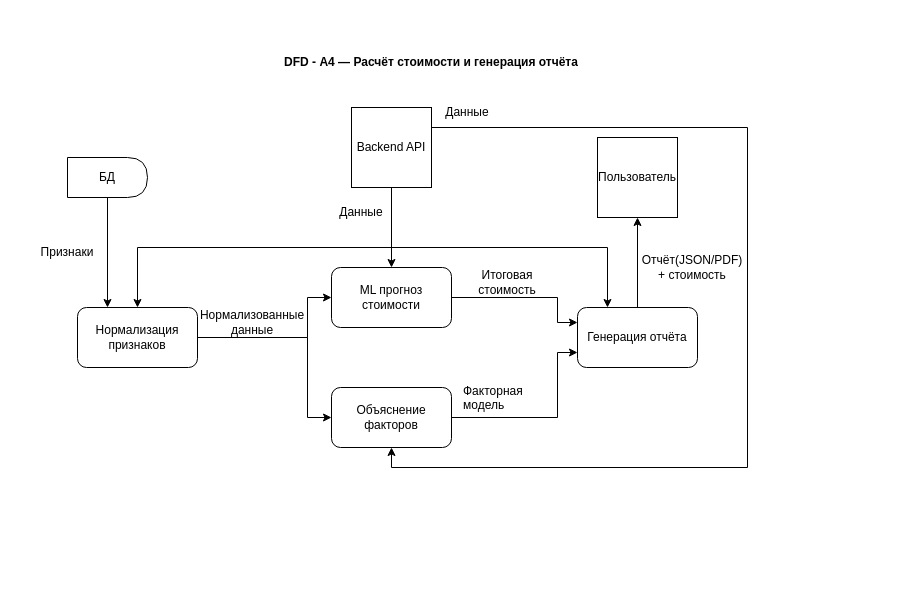
HeadMaxResh/system-engineering-playbook keeps this draw.io diagram as src/diagrams/DFD/DFD_F4.drawio. Above is the earlier version. Source tidied: cells renumbered, new cells numbered last; positions are measured from the earlier drawing's top-left corner, leaving out a move shared by most shapes. Both pictures are drawn from the tidied source at 100%, with x=0, y=0 at pixel (37, 47).
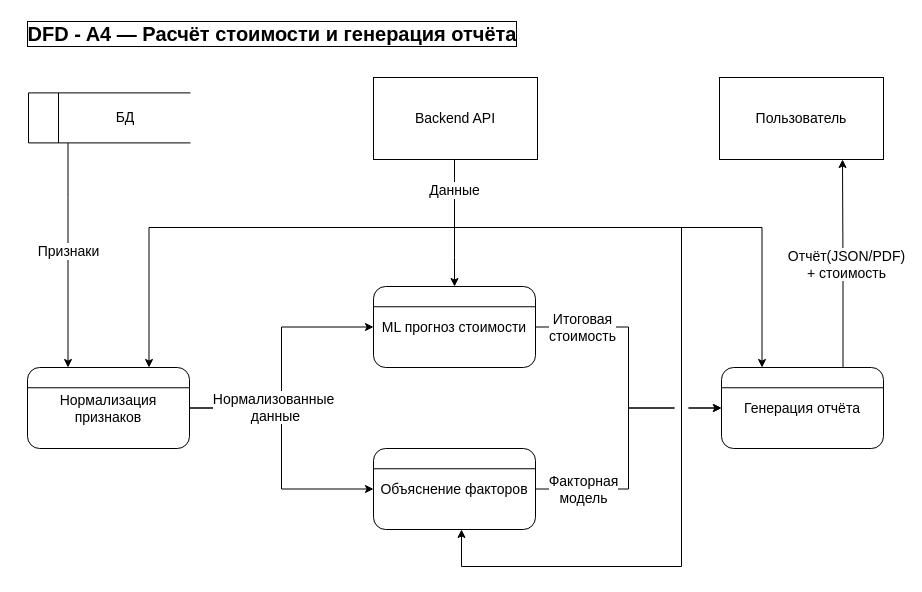
The same diagram, later.

The edit, as a diff of the source:
```diff
@@
-    <mxCell id="2" value="&lt;b&gt;DFD -&amp;nbsp;A4 — Расчёт стоимости и генерация отчёта&lt;/b&gt;" style="text;html=1;whiteSpace=wrap;strokeColor=none;fillColor=none;align=center;verticalAlign=middle;rounded=0;" parent="1" vertex="1">
-      <mxGeometry x="234" width="320" height="30" as="geometry" />
-    </mxCell>
-    <mxCell id="3" style="edgeStyle=orthogonalEdgeStyle;rounded=0;jettySize=auto;html=1;exitX=0.5;exitY=1;exitDx=0;exitDy=0;entryX=0.25;entryY=0;entryDx=0;entryDy=0;" parent="1" edge="1" source="4" target="7">
-      <mxGeometry relative="1" as="geometry" />
-    </mxCell>
-    <mxCell id="4" value="БД" style="shape=delay;whiteSpace=wrap;html=1;" parent="1" vertex="1">
-      <mxGeometry x="30" y="110" width="80" height="40" as="geometry" />
-    </mxCell>
-    <mxCell id="5" style="edgeStyle=orthogonalEdgeStyle;rounded=0;jettySize=auto;html=1;exitX=1;exitY=0.5;exitDx=0;exitDy=0;entryX=0;entryY=0.5;entryDx=0;entryDy=0;" parent="1" edge="1" source="7" target="16">
-      <mxGeometry relative="1" as="geometry">
-        <Array as="points">
-          <mxPoint x="270" y="290" />
-          <mxPoint x="270" y="250" />
-        </Array>
-      </mxGeometry>
+    <mxCell id="5" style="edgeStyle=orthogonalEdgeStyle;rounded=0;jettySize=auto;html=1;" parent="1" edge="1" source="7" target="16">
+      <mxGeometry relative="1" as="geometry" />
     </mxCell>
-    <mxCell id="6" style="edgeStyle=orthogonalEdgeStyle;rounded=0;jettySize=auto;html=1;entryX=0;entryY=0.5;entryDx=0;entryDy=0;" parent="1" edge="1" source="7" target="18">
-      <mxGeometry relative="1" as="geometry">
-        <Array as="points">
-          <mxPoint x="270" y="290" />
-          <mxPoint x="270" y="370" />
-        </Array>
-      </mxGeometry>
+    <mxCell id="6" style="edgeStyle=orthogonalEdgeStyle;rounded=0;jettySize=auto;html=1;" parent="1" edge="1" source="7" target="18">
+      <mxGeometry relative="1" as="geometry" />
     </mxCell>
+    <mxCell id="22" value="&lt;span style=&quot;font-size: 14px;&quot;&gt;Нормализованные&amp;nbsp;&lt;/span&gt;&lt;div&gt;&lt;span style=&quot;font-size: 14px;&quot;&gt;данные&lt;/span&gt;&lt;/div&gt;" style="edgeLabel;html=1;align=center;verticalAlign=middle;" parent="6" vertex="1">
+      <mxGeometry x="-0.1" relative="1" as="geometry">
+        <mxPoint x="-7" y="-28" as="offset" />
+      </mxGeometry>
+    </mxCell>
+    <mxCell id="27" style="edgeStyle=orthogonalEdgeStyle;rounded=0;jettySize=auto;html=1;exitX=0.25;exitY=0;exitDx=0;exitDy=0;startArrow=classic;startFill=1;endArrow=none;endFill=0;" parent="1" edge="1" source="7" target="4">
+      <mxGeometry relative="1" as="geometry">
+        <Array as="points">
+          <mxPoint x="31" y="150" />
+          <mxPoint x="31" y="150" />
+        </Array>
+      </mxGeometry>
+    </mxCell>
+    <mxCell id="13" value="&lt;font style=&quot;font-size: 14px;&quot;&gt;Признаки&lt;/font&gt;" style="edgeLabel;html=1;align=center;verticalAlign=middle;" parent="27" vertex="1">
+      <mxGeometry x="0.04" relative="1" as="geometry" />
+    </mxCell>
-    <mxCell id="7" value="Нормализация признаков" style="rounded=1;whiteSpace=wrap;html=1;" parent="1" vertex="1">
-      <mxGeometry x="40" y="260" width="120" height="60" as="geometry" />
+    <mxCell id="7" value="Нормализация признаков" style="rounded=1;whiteSpace=wrap;html=1;fillColor=none;fontSize=14;" parent="1" vertex="1">
+      <mxGeometry x="-10" y="320" width="162" height="81" as="geometry" />
     </mxCell>
+    <mxCell id="19" style="edgeStyle=orthogonalEdgeStyle;rounded=0;jettySize=auto;html=1;exitX=0.75;exitY=0;exitDx=0;exitDy=0;entryX=0.75;entryY=1;entryDx=0;entryDy=0;" parent="1" edge="1" source="20" target="25">
+      <mxGeometry relative="1" as="geometry" />
+    </mxCell>
+    <mxCell id="26" value="&lt;font style=&quot;font-size: 14px;&quot;&gt;Отчёт(JSON/PDF)&lt;/font&gt;&lt;div&gt;&lt;font style=&quot;font-size: 14px;&quot;&gt;+ стоимость&lt;/font&gt;&lt;/div&gt;" style="edgeLabel;html=1;align=center;verticalAlign=middle;" parent="19" vertex="1">
+      <mxGeometry y="-4" relative="1" as="geometry">
+        <mxPoint x="3" y="4" as="offset" />
+      </mxGeometry>
+    </mxCell>
+    <mxCell id="20" value="Генерация отчёта" style="rounded=1;whiteSpace=wrap;html=1;fillColor=none;fontSize=14;" parent="1" vertex="1">
+      <mxGeometry x="684" y="320" width="162" height="81" as="geometry" />
+    </mxCell>
+    <mxCell id="2" value="DFD - A4 — Расчёт стоимости и генерация отчёта" style="text;html=1;strokeColor=none;fillColor=none;align=center;verticalAlign=middle;whiteSpace=wrap;rounded=0;fontSize=20;fontStyle=1;labelBackgroundColor=none;labelBorderColor=default;spacingTop=1;" parent="1" vertex="1">
+      <mxGeometry x="-20" y="-30" width="510" height="30" as="geometry" />
+    </mxCell>
+    <mxCell id="28" style="endArrow=none;html=1;rounded=0;fontSize=14;" parent="1" edge="1">
+      <mxGeometry relative="1" as="geometry">
+        <mxPoint x="-9" y="95.4" as="sourcePoint" />
+        <mxPoint x="-9" y="45.4" as="targetPoint" />
+      </mxGeometry>
+    </mxCell>
+    <mxCell id="29" style="endArrow=none;html=1;rounded=0;entryX=1;entryY=1;entryDx=0;entryDy=0;fontSize=14;" parent="1" edge="1" target="4">
+      <mxGeometry relative="1" as="geometry">
+        <mxPoint x="-9" y="95.4" as="sourcePoint" />
+      </mxGeometry>
+    </mxCell>
+    <mxCell id="30" style="endArrow=none;html=1;rounded=0;fontSize=14;" parent="1" edge="1">
+      <mxGeometry relative="1" as="geometry">
+        <mxPoint x="-9" y="45.4" as="sourcePoint" />
+        <mxPoint x="153" y="45.4" as="targetPoint" />
+      </mxGeometry>
+    </mxCell>
+    <mxCell id="4" value="БД" style="text;html=1;strokeColor=none;fillColor=none;align=center;verticalAlign=middle;whiteSpace=wrap;rounded=0;fontSize=14;" parent="1" vertex="1">
+      <mxGeometry x="23" y="45.4" width="130" height="50" as="geometry" />
+    </mxCell>
+    <mxCell id="31" style="endArrow=none;html=1;rounded=0;exitX=0;exitY=0.25;exitDx=0;exitDy=0;entryX=1;entryY=0.25;entryDx=0;entryDy=0;fontSize=14;" parent="1" edge="1" source="7" target="7">
+      <mxGeometry relative="1" as="geometry" />
+    </mxCell>
+    <mxCell id="32" style="endArrow=none;html=1;rounded=0;exitX=0;exitY=0.25;exitDx=0;exitDy=0;entryX=1;entryY=0.25;entryDx=0;entryDy=0;fontSize=14;" parent="1" edge="1" source="20" target="20">
+      <mxGeometry relative="1" as="geometry" />
+    </mxCell>
+    <mxCell id="25" value="Пользователь" style="rounded=0;whiteSpace=wrap;html=1;labelBackgroundColor=none;fillColor=none;fontSize=14;" parent="1" vertex="1">
+      <mxGeometry x="682" y="30" width="164" height="82" as="geometry" />
+    </mxCell>
+    <mxCell id="33" style="endArrow=none;html=1;rounded=0;fontSize=14;" parent="1" edge="1">
+      <mxGeometry relative="1" as="geometry">
+        <mxPoint x="21" y="95.4" as="sourcePoint" />
+        <mxPoint x="21" y="45.4" as="targetPoint" />
+      </mxGeometry>
+    </mxCell>
+    <mxCell id="10" style="edgeStyle=orthogonalEdgeStyle;rounded=0;jettySize=auto;html=1;jumpStyle=gap;jumpSize=14;" parent="1" edge="1" source="12" target="18">
+      <mxGeometry relative="1" as="geometry">
+        <Array as="points">
+          <mxPoint x="417" y="180" />
+          <mxPoint x="644" y="180" />
+          <mxPoint x="644" y="519" />
+          <mxPoint x="424" y="519" />
+        </Array>
+      </mxGeometry>
+    </mxCell>
+    <mxCell id="9" style="edgeStyle=orthogonalEdgeStyle;rounded=0;jettySize=auto;html=1;" parent="1" edge="1" source="12" target="16">
+      <mxGeometry relative="1" as="geometry">
+        <Array as="points">
+          <mxPoint x="417" y="210" />
+          <mxPoint x="417" y="210" />
+        </Array>
+      </mxGeometry>
+    </mxCell>
-    <mxCell id="8" style="edgeStyle=orthogonalEdgeStyle;rounded=0;jettySize=auto;html=1;exitX=0.5;exitY=1;exitDx=0;exitDy=0;entryX=0.5;entryY=0;entryDx=0;entryDy=0;" parent="1" edge="1" source="12" target="7">
-      <mxGeometry relative="1" as="geometry" />
+    <mxCell id="8" style="edgeStyle=orthogonalEdgeStyle;rounded=0;jettySize=auto;html=1;entryX=0.75;entryY=0;entryDx=0;entryDy=0;" parent="1" edge="1" source="12" target="7">
+      <mxGeometry relative="1" as="geometry">
+        <Array as="points">
+          <mxPoint x="417" y="180" />
+          <mxPoint x="112" y="180" />
+        </Array>
+      </mxGeometry>
     </mxCell>
-    <mxCell id="9" style="edgeStyle=orthogonalEdgeStyle;rounded=0;jettySize=auto;html=1;entryX=0.5;entryY=0;entryDx=0;entryDy=0;" parent="1" edge="1" source="12" target="16">
-      <mxGeometry relative="1" as="geometry" />
-    </mxCell>
-    <mxCell id="10" style="edgeStyle=orthogonalEdgeStyle;rounded=0;jettySize=auto;html=1;entryX=0.5;entryY=1;entryDx=0;entryDy=0;exitX=1;exitY=0.25;exitDx=0;exitDy=0;" parent="1" edge="1" source="12" target="18">
-      <mxGeometry relative="1" as="geometry">
-        <Array as="points">
-          <mxPoint x="710" y="80" />
-          <mxPoint x="710" y="420" />
-          <mxPoint x="354" y="420" />
-        </Array>
-      </mxGeometry>
-    </mxCell>
     <mxCell id="11" style="edgeStyle=orthogonalEdgeStyle;rounded=0;jettySize=auto;html=1;entryX=0.25;entryY=0;entryDx=0;entryDy=0;" parent="1" edge="1" source="12" target="20">
       <mxGeometry relative="1" as="geometry">
         <Array as="points">
-          <mxPoint x="354" y="200" />
-          <mxPoint x="570" y="200" />
+          <mxPoint x="417" y="180" />
+          <mxPoint x="724" y="180" />
         </Array>
       </mxGeometry>
     </mxCell>
+    <mxCell id="34" value="&lt;font style=&quot;font-size: 14px;&quot;&gt;Данные&lt;/font&gt;" style="edgeLabel;html=1;align=center;verticalAlign=middle;" parent="11" vertex="1">
+      <mxGeometry x="-0.88" y="2" relative="1" as="geometry">
+        <mxPoint x="-3" y="-1" as="offset" />
+      </mxGeometry>
+    </mxCell>
-    <mxCell id="12" value="Backend API" style="whiteSpace=wrap;html=1;" parent="1" vertex="1">
-      <mxGeometry x="314" y="60" width="80" height="80" as="geometry" />
+    <mxCell id="12" value="Backend API" style="rounded=0;whiteSpace=wrap;html=1;labelBackgroundColor=none;fillColor=none;fontSize=14;" parent="1" vertex="1">
+      <mxGeometry x="336" y="30" width="164" height="82" as="geometry" />
     </mxCell>
-    <mxCell id="13" value="Признаки" style="text;html=1;whiteSpace=wrap;strokeColor=none;fillColor=none;align=center;verticalAlign=middle;rounded=0;" parent="1" vertex="1">
-      <mxGeometry y="190" width="60" height="30" as="geometry" />
-    </mxCell>
-    <mxCell id="14" value="Данные" style="text;html=1;whiteSpace=wrap;strokeColor=none;fillColor=none;align=center;verticalAlign=middle;rounded=0;" parent="1" vertex="1">
-      <mxGeometry x="294" y="150" width="60" height="30" as="geometry" />
-    </mxCell>
-    <mxCell id="15" style="edgeStyle=orthogonalEdgeStyle;rounded=0;jettySize=auto;html=1;exitX=1;exitY=0.5;exitDx=0;exitDy=0;entryX=0;entryY=0.25;entryDx=0;entryDy=0;" parent="1" edge="1" source="16" target="20">
-      <mxGeometry relative="1" as="geometry">
-        <Array as="points">
-          <mxPoint x="520" y="250" />
-          <mxPoint x="520" y="275" />
-        </Array>
-      </mxGeometry>
+    <mxCell id="15" style="edgeStyle=orthogonalEdgeStyle;rounded=0;jettySize=auto;html=1;jumpStyle=gap;jumpSize=14;" parent="1" edge="1" source="16" target="20">
+      <mxGeometry relative="1" as="geometry" />
     </mxCell>
+    <mxCell id="23" value="&lt;span style=&quot;font-size: 14px;&quot;&gt;Итоговая&lt;/span&gt;&lt;div&gt;&lt;span style=&quot;font-size: 14px;&quot;&gt;стоимость&lt;/span&gt;&lt;/div&gt;" style="edgeLabel;html=1;align=center;verticalAlign=middle;" parent="15" vertex="1">
+      <mxGeometry x="-0.49" relative="1" as="geometry">
+        <mxPoint x="-22" as="offset" />
+      </mxGeometry>
+    </mxCell>
-    <mxCell id="16" value="ML прогноз стоимости" style="rounded=1;whiteSpace=wrap;html=1;" parent="1" vertex="1">
-      <mxGeometry x="294" y="220" width="120" height="60" as="geometry" />
+    <mxCell id="16" value="ML прогноз стоимости" style="rounded=1;whiteSpace=wrap;html=1;fillColor=none;fontSize=14;" parent="1" vertex="1">
+      <mxGeometry x="336" y="239" width="162" height="81" as="geometry" />
     </mxCell>
+    <mxCell id="35" style="endArrow=none;html=1;rounded=0;exitX=0;exitY=0.25;exitDx=0;exitDy=0;entryX=1;entryY=0.25;entryDx=0;entryDy=0;fontSize=14;" parent="1" edge="1" source="16" target="16">
+      <mxGeometry relative="1" as="geometry" />
+    </mxCell>
-    <mxCell id="17" style="edgeStyle=orthogonalEdgeStyle;rounded=0;jettySize=auto;html=1;exitX=1;exitY=0.5;exitDx=0;exitDy=0;entryX=0;entryY=0.75;entryDx=0;entryDy=0;" parent="1" edge="1" source="18" target="20">
-      <mxGeometry relative="1" as="geometry">
-        <Array as="points">
-          <mxPoint x="520" y="370" />
-          <mxPoint x="520" y="305" />
-        </Array>
-      </mxGeometry>
+    <mxCell id="17" style="edgeStyle=orthogonalEdgeStyle;rounded=0;jettySize=auto;html=1;jumpStyle=gap;jumpSize=14;" parent="1" edge="1" source="18" target="20">
+      <mxGeometry relative="1" as="geometry" />
     </mxCell>
+    <mxCell id="24" value="&lt;span style=&quot;font-size: 14px;&quot;&gt;Факторная&lt;/span&gt;&lt;div&gt;&lt;span style=&quot;font-size: 14px;&quot;&gt;модель&lt;/span&gt;&lt;/div&gt;" style="edgeLabel;html=1;align=center;verticalAlign=middle;" parent="17" vertex="1">
+      <mxGeometry x="-0.63" y="-3" relative="1" as="geometry">
+        <mxPoint x="-2" y="-3" as="offset" />
+      </mxGeometry>
+    </mxCell>
-    <mxCell id="18" value="Объяснение факторов" style="rounded=1;whiteSpace=wrap;html=1;" parent="1" vertex="1">
-      <mxGeometry x="294" y="340" width="120" height="60" as="geometry" />
+    <mxCell id="18" value="Объяснение факторов" style="rounded=1;whiteSpace=wrap;html=1;fillColor=none;fontSize=14;" parent="1" vertex="1">
+      <mxGeometry x="336" y="401" width="162" height="81" as="geometry" />
     </mxCell>
-    <mxCell id="19" style="edgeStyle=orthogonalEdgeStyle;rounded=0;jettySize=auto;html=1;exitX=0.5;exitY=0;exitDx=0;exitDy=0;entryX=0.5;entryY=1;entryDx=0;entryDy=0;" parent="1" edge="1" source="20" target="25">
-      <mxGeometry relative="1" as="geometry" />
-    </mxCell>
-    <mxCell id="20" value="Генерация отчёта" style="rounded=1;whiteSpace=wrap;html=1;" parent="1" vertex="1">
-      <mxGeometry x="540" y="260" width="120" height="60" as="geometry" />
-    </mxCell>
-    <mxCell id="21" value="Данные" style="text;html=1;whiteSpace=wrap;strokeColor=none;fillColor=none;align=center;verticalAlign=middle;rounded=0;" parent="1" vertex="1">
-      <mxGeometry x="400" y="50" width="60" height="30" as="geometry" />
-    </mxCell>
-    <mxCell id="22" value="Нормализованные данные" style="text;html=1;whiteSpace=wrap;strokeColor=none;fillColor=none;align=center;verticalAlign=middle;rounded=0;" parent="1" vertex="1">
-      <mxGeometry x="170" y="260" width="90" height="30" as="geometry" />
-    </mxCell>
-    <mxCell id="23" value="Итоговая стоимость" style="text;html=1;whiteSpace=wrap;strokeColor=none;fillColor=none;align=center;verticalAlign=middle;rounded=0;" parent="1" vertex="1">
-      <mxGeometry x="420" y="220" width="100" height="30" as="geometry" />
-    </mxCell>
-    <mxCell id="24" value="Факторная модель" style="text;whiteSpace=wrap;" parent="1" vertex="1">
-      <mxGeometry x="424" y="330" width="96" height="40" as="geometry" />
-    </mxCell>
-    <mxCell id="25" value="Пользователь" style="whiteSpace=wrap;html=1;" parent="1" vertex="1">
-      <mxGeometry x="560" y="90" width="80" height="80" as="geometry" />
-    </mxCell>
-    <mxCell id="26" value="Отчёт(JSON/PDF) + стоимость" style="text;html=1;whiteSpace=wrap;strokeColor=none;fillColor=none;align=center;verticalAlign=middle;rounded=0;" parent="1" vertex="1">
-      <mxGeometry x="610" y="190" width="90" height="60" as="geometry" />
-    </mxCell>
+    <mxCell id="36" style="endArrow=none;html=1;rounded=0;exitX=0;exitY=0.25;exitDx=0;exitDy=0;entryX=1;entryY=0.25;entryDx=0;entryDy=0;fontSize=14;" parent="1" edge="1" source="18" target="18">
+      <mxGeometry relative="1" as="geometry" />
+    </mxCell>
```
